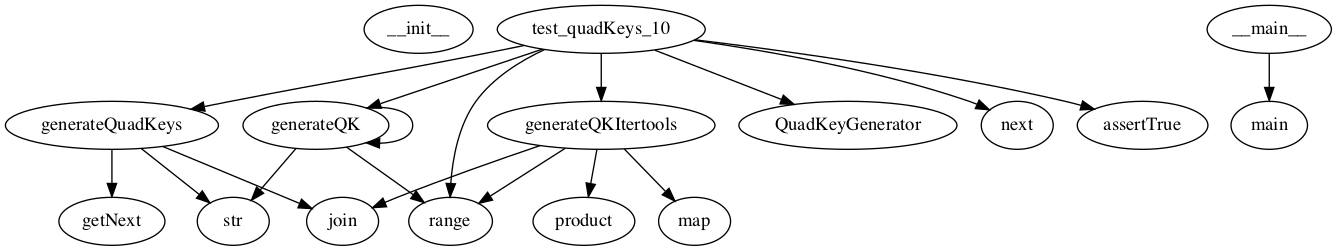
Before: CallGraph_images/QuadKeyGen.png, a diagram exported from Graphviz (JordanCoyne97/Final_Year_Project). Its source is kept beside it as CallGraph_dots/QuadKeyGen.dot. Its diagram source:
```dot
digraph  {
__init__;
getNext;
generateQuadKeys;
join;
str;
generateQK;
range;
generateQKItertools;
product;
map;
test_quadKeys_10;
QuadKeyGenerator;
next;
assertTrue;
__main__;
main;
generateQuadKeys -> join;
generateQuadKeys -> str;
generateQuadKeys -> getNext;
generateQK -> range;
generateQK -> str;
generateQK -> generateQK;
generateQKItertools -> range;
generateQKItertools -> product;
generateQKItertools -> join;
generateQKItertools -> map;
test_quadKeys_10 -> QuadKeyGenerator;
test_quadKeys_10 -> generateQuadKeys;
test_quadKeys_10 -> generateQK;
test_quadKeys_10 -> generateQKItertools;
test_quadKeys_10 -> range;
test_quadKeys_10 -> next;
test_quadKeys_10 -> assertTrue;
__main__ -> main;
}
```
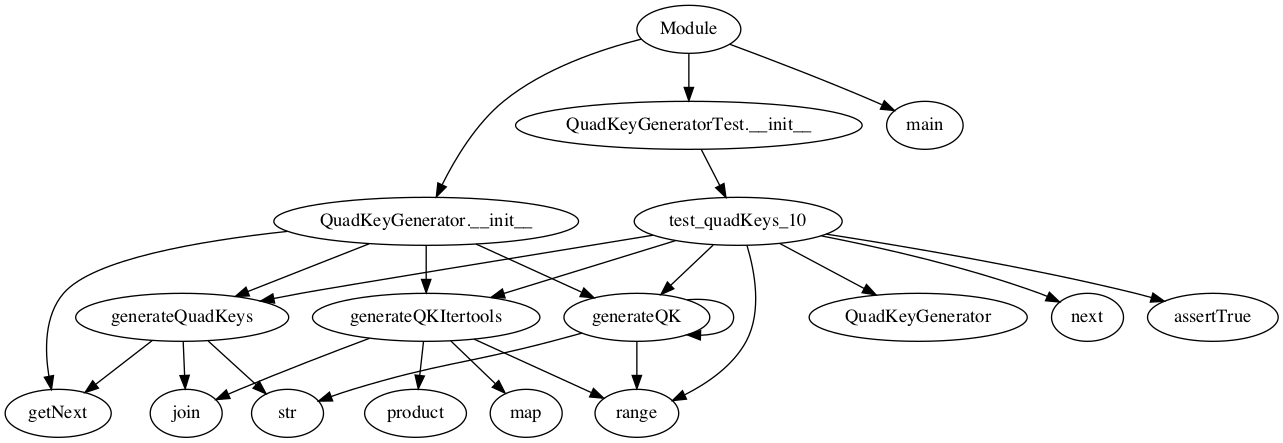
The same diagram one commit later.

What changed in the source:
```diff
@@ -1,5 +1,4 @@
 digraph  {
-__init__;
 getNext;
 generateQuadKeys;
 join;
@@ -13,7 +12,9 @@
 QuadKeyGenerator;
 next;
 assertTrue;
-__main__;
+Module;
+"QuadKeyGenerator.__init__";
+"QuadKeyGeneratorTest.__init__";
 main;
 generateQuadKeys -> join;
 generateQuadKeys -> str;
@@ -32,5 +33,12 @@
 test_quadKeys_10 -> range;
 test_quadKeys_10 -> next;
 test_quadKeys_10 -> assertTrue;
-__main__ -> main;
+Module -> "QuadKeyGenerator.__init__";
+Module -> "QuadKeyGeneratorTest.__init__";
+Module -> main;
+"QuadKeyGenerator.__init__" -> getNext;
+"QuadKeyGenerator.__init__" -> generateQuadKeys;
+"QuadKeyGenerator.__init__" -> generateQK;
+"QuadKeyGenerator.__init__" -> generateQKItertools;
+"QuadKeyGeneratorTest.__init__" -> test_quadKeys_10;
 }
```
